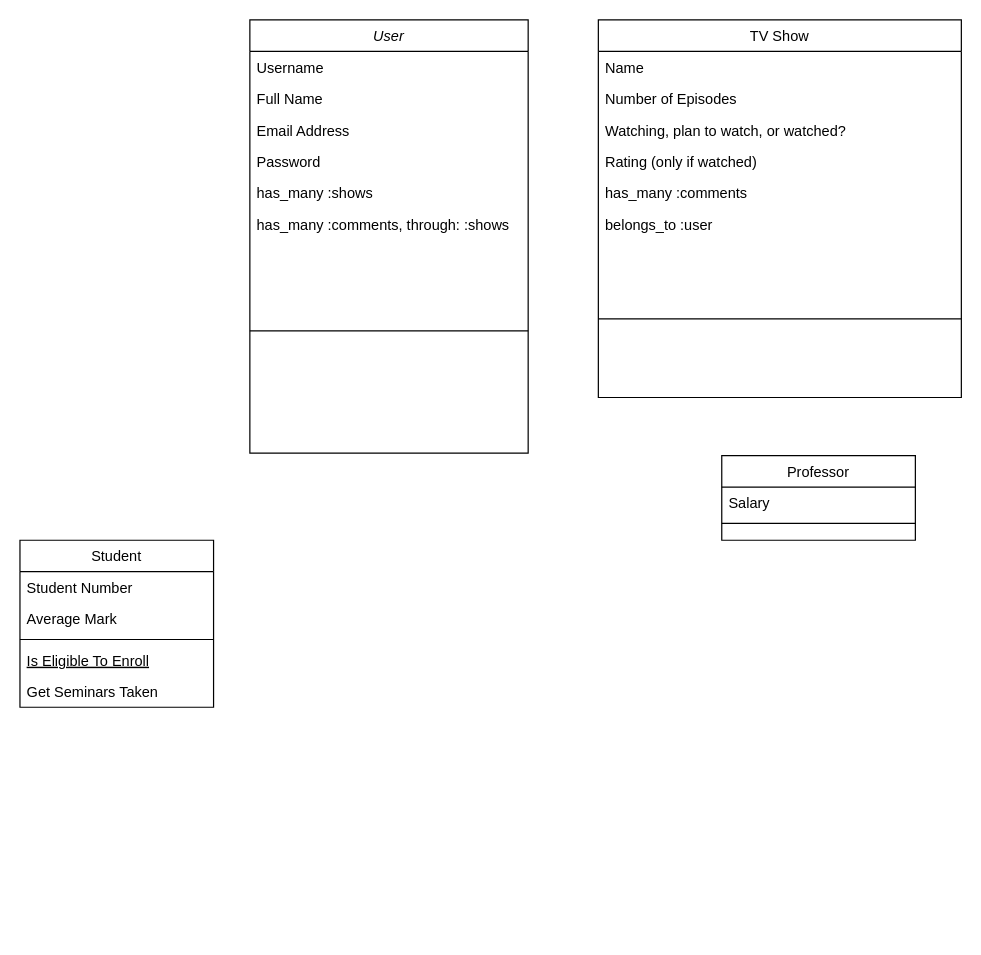
RoUchiha/Flatiron-Phase3-Rails-portfolio-project keeps this draw.io diagram as Untitled Diagram.drawio. Above is the earlier version. Source tidied: cells renumbered, new cells numbered last; positions are measured from the earlier drawing's top-left corner, leaving out a move shared by most shapes. Both pictures are drawn from the tidied source at 121%, with x=0, y=0 at pixel (19, 19).
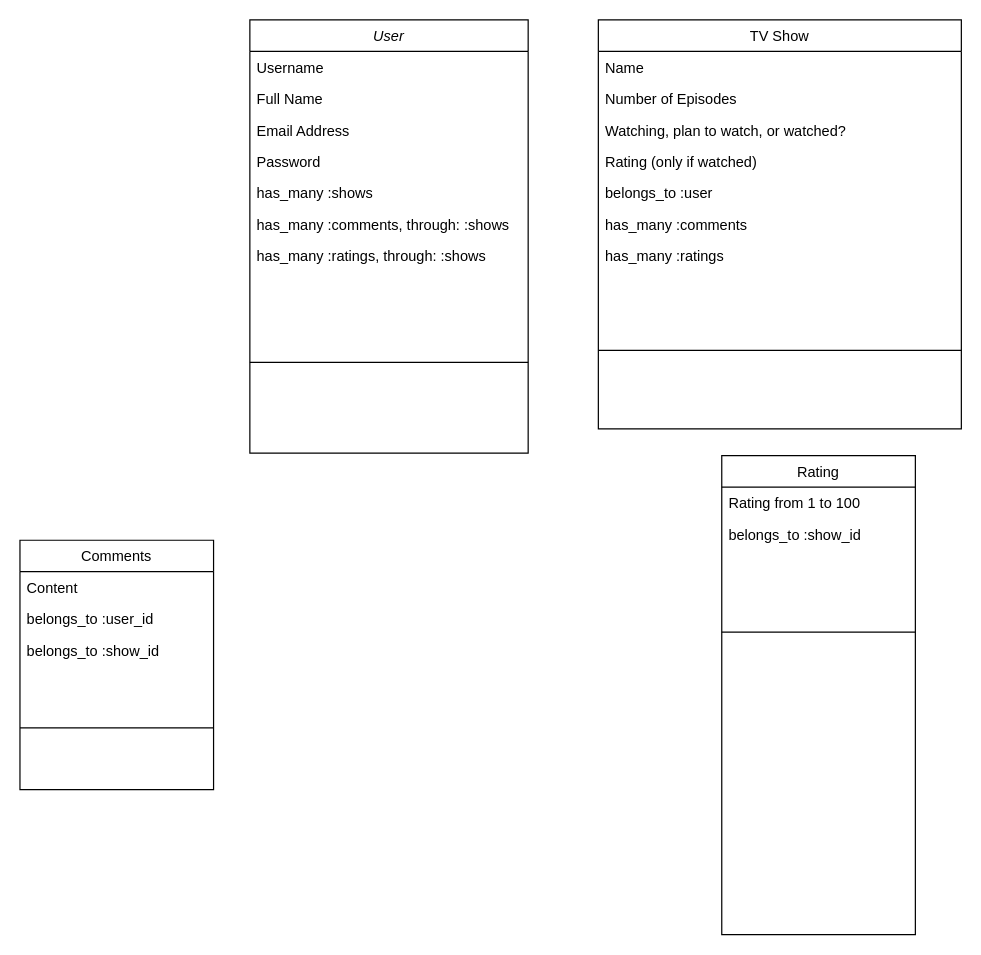
The same page after the edit.

Commit message:
flatiron Rails app Diagram.drawio

Unchanged cells that the change refers to:
```xml
<mxCell id="2" value="User" style="swimlane;fontStyle=2;align=center;verticalAlign=top;horizontal=1;startSize=26;rounded=0;shadow=0;strokeWidth=1;" parent="1" vertex="1">
  <mxGeometry x="190" width="230" height="358" as="geometry" />
</mxCell>
```

What changed in the source:
```diff
@@
+    <mxCell id="27" value="has_many :ratings, through: :shows" style="text;align=left;verticalAlign=top;spacingLeft=4;spacingRight=4;overflow=hidden;" parent="2" vertex="1">
+      <mxGeometry y="182" width="230" height="26" as="geometry" />
+    </mxCell>
     <mxCell id="9" style="line;html=1;strokeWidth=1;align=left;verticalAlign=middle;spacingTop=-1;spacingLeft=3;spacingRight=3;labelPosition=right;" parent="2" vertex="1">
-      <mxGeometry y="182" width="230" height="150" as="geometry" />
+      <mxGeometry y="208" width="230" height="150" as="geometry" />
     </mxCell>
-    <mxCell id="10" value="Student" style="swimlane;fontStyle=0;align=center;verticalAlign=top;horizontal=1;startSize=26;rounded=0;shadow=0;strokeWidth=1;" parent="1" vertex="1">
-      <mxGeometry y="430" width="160" height="138" as="geometry" />
+    <mxCell id="10" value="Comments" style="swimlane;fontStyle=0;align=center;verticalAlign=top;horizontal=1;startSize=26;rounded=0;shadow=0;strokeWidth=1;" parent="1" vertex="1">
+      <mxGeometry y="430" width="160" height="206" as="geometry" />
     </mxCell>
+    <mxCell id="28" value="Content" style="text;align=left;verticalAlign=top;spacingLeft=4;spacingRight=4;overflow=hidden;" parent="10" vertex="1">
+      <mxGeometry y="26" width="160" height="26" as="geometry" />
+    </mxCell>
-    <mxCell id="11" value="Student Number" style="text;align=left;verticalAlign=top;spacingLeft=4;spacingRight=4;overflow=hidden;" parent="10" vertex="1">
-      <mxGeometry y="26" width="160" height="26" as="geometry" />
+    <mxCell id="11" value="belongs_to :user_id" style="text;align=left;verticalAlign=top;spacingLeft=4;spacingRight=4;overflow=hidden;" parent="10" vertex="1">
+      <mxGeometry y="52" width="160" height="26" as="geometry" />
     </mxCell>
-    <mxCell id="12" value="Average Mark" style="text;align=left;verticalAlign=top;spacingLeft=4;spacingRight=4;overflow=hidden;rounded=0;shadow=0;html=0;" parent="10" vertex="1">
-      <mxGeometry y="52" width="160" height="26" as="geometry" />
+    <mxCell id="12" value="belongs_to :show_id" style="text;align=left;verticalAlign=top;spacingLeft=4;spacingRight=4;overflow=hidden;rounded=0;shadow=0;html=0;" parent="10" vertex="1">
+      <mxGeometry y="78" width="160" height="26" as="geometry" />
     </mxCell>
     <mxCell id="13" style="line;html=1;strokeWidth=1;align=left;verticalAlign=middle;spacingTop=-1;spacingLeft=3;spacingRight=3;labelPosition=right;" parent="10" vertex="1">
-      <mxGeometry y="78" width="160" height="8" as="geometry" />
+      <mxGeometry y="104" width="160" height="102" as="geometry" />
     </mxCell>
-    <mxCell id="14" value="Is Eligible To Enroll" style="text;align=left;verticalAlign=top;spacingLeft=4;spacingRight=4;overflow=hidden;fontStyle=4;" parent="10" vertex="1">
-      <mxGeometry y="86" width="160" height="26" as="geometry" />
-    </mxCell>
-    <mxCell id="15" value="Get Seminars Taken" style="text;align=left;verticalAlign=top;spacingLeft=4;spacingRight=4;overflow=hidden;" parent="10" vertex="1">
-      <mxGeometry y="112" width="160" height="26" as="geometry" />
-    </mxCell>
-    <mxCell id="16" value="Professor" style="swimlane;fontStyle=0;align=center;verticalAlign=top;horizontal=1;startSize=26;rounded=0;shadow=0;strokeWidth=1;" parent="1" vertex="1">
-      <mxGeometry x="580" y="360" width="160" height="70" as="geometry" />
+    <mxCell id="16" value="Rating" style="swimlane;fontStyle=0;align=center;verticalAlign=top;horizontal=1;startSize=26;rounded=0;shadow=0;strokeWidth=1;" parent="1" vertex="1">
+      <mxGeometry x="580" y="360" width="160" height="396" as="geometry" />
     </mxCell>
+    <mxCell id="29" value="Rating from 1 to 100" style="text;align=left;verticalAlign=top;spacingLeft=4;spacingRight=4;overflow=hidden;" parent="16" vertex="1">
+      <mxGeometry y="26" width="160" height="26" as="geometry" />
+    </mxCell>
-    <mxCell id="17" value="Salary" style="text;align=left;verticalAlign=top;spacingLeft=4;spacingRight=4;overflow=hidden;" parent="16" vertex="1">
-      <mxGeometry y="26" width="160" height="26" as="geometry" />
+    <mxCell id="17" value="belongs_to :show_id" style="text;align=left;verticalAlign=top;spacingLeft=4;spacingRight=4;overflow=hidden;" parent="16" vertex="1">
+      <mxGeometry y="52" width="160" height="26" as="geometry" />
     </mxCell>
     <mxCell id="18" style="line;html=1;strokeWidth=1;align=left;verticalAlign=middle;spacingTop=-1;spacingLeft=3;spacingRight=3;labelPosition=right;" parent="16" vertex="1">
-      <mxGeometry y="52" width="160" height="8" as="geometry" />
+      <mxGeometry y="78" width="160" height="136" as="geometry" />
     </mxCell>
     <mxCell id="19" value="TV Show" style="swimlane;fontStyle=0;align=center;verticalAlign=top;horizontal=1;startSize=26;rounded=0;shadow=0;strokeWidth=1;" parent="1" vertex="1">
-      <mxGeometry x="478" width="300" height="312" as="geometry" />
+      <mxGeometry x="478" width="300" height="338" as="geometry" />
     </mxCell>
@@
+    <mxCell id="25" value="belongs_to :user" style="text;align=left;verticalAlign=top;spacingLeft=4;spacingRight=4;overflow=hidden;" parent="19" vertex="1">
+      <mxGeometry y="130" width="300" height="26" as="geometry" />
+    </mxCell>
     <mxCell id="24" value="has_many :comments" style="text;align=left;verticalAlign=top;spacingLeft=4;spacingRight=4;overflow=hidden;" parent="19" vertex="1">
-      <mxGeometry y="130" width="300" height="26" as="geometry" />
+      <mxGeometry y="156" width="300" height="26" as="geometry" />
     </mxCell>
-    <mxCell id="25" value="belongs_to :user" style="text;align=left;verticalAlign=top;spacingLeft=4;spacingRight=4;overflow=hidden;" parent="19" vertex="1">
-      <mxGeometry y="156" width="300" height="26" as="geometry" />
-    </mxCell>
+    <mxCell id="30" value="has_many :ratings" style="text;align=left;verticalAlign=top;spacingLeft=4;spacingRight=4;overflow=hidden;" parent="19" vertex="1">
+      <mxGeometry y="182" width="300" height="26" as="geometry" />
+    </mxCell>
     <mxCell id="26" style="line;html=1;strokeWidth=1;align=left;verticalAlign=middle;spacingTop=-1;spacingLeft=3;spacingRight=3;labelPosition=right;" parent="19" vertex="1">
-      <mxGeometry y="182" width="300" height="130" as="geometry" />
+      <mxGeometry y="208" width="300" height="130" as="geometry" />
     </mxCell>
```
